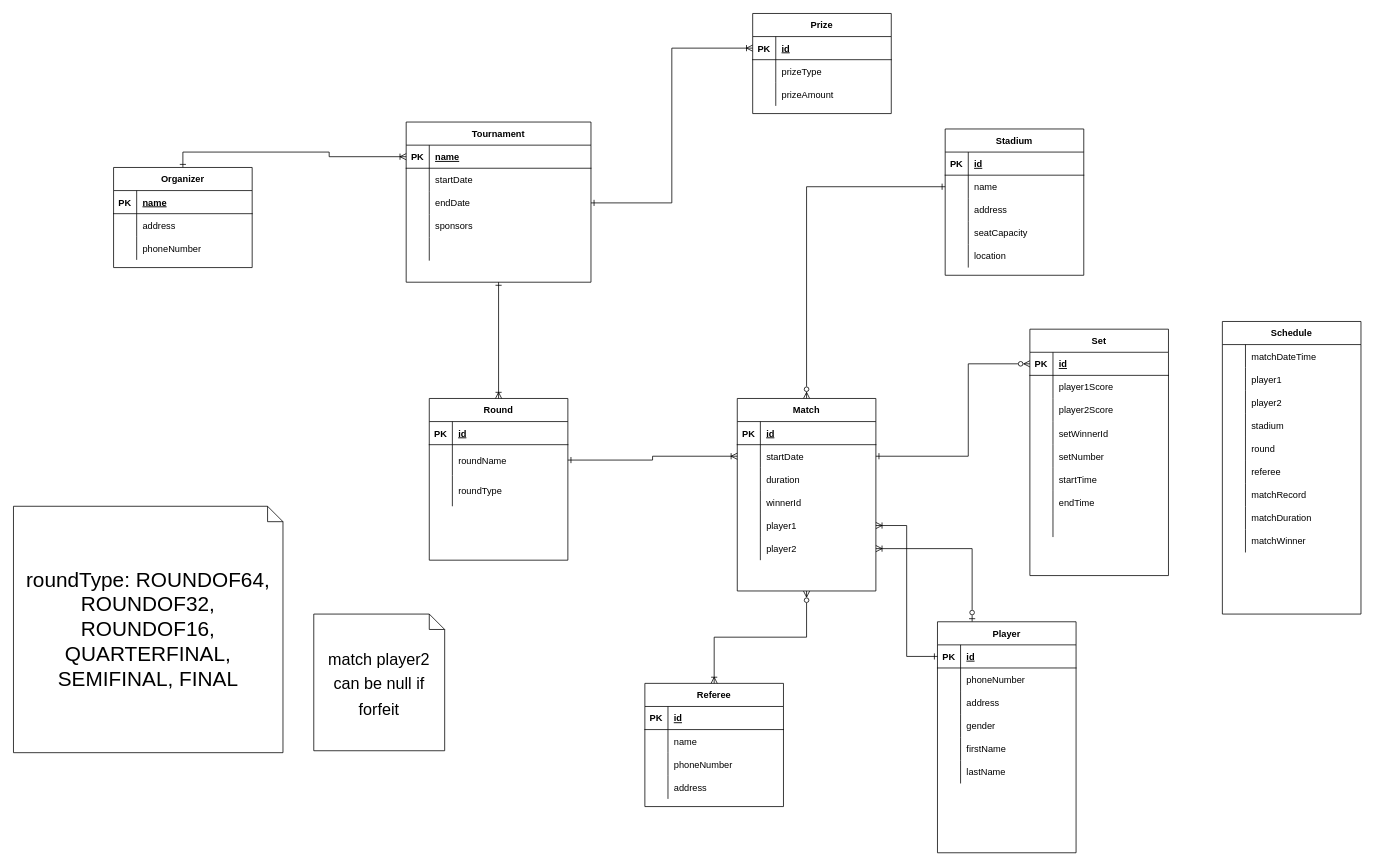
This is page "Page-1" (1 of 2) of SourceCode/Postgres/Query/ERD/Drawio/tennis.drawio from TongVu/Axon, a draw.io file, before an edit. Source tidied: cells renumbered, new cells numbered last; positions are measured from the earlier drawing's top-left corner, leaving out a move shared by most shapes. Both pictures are drawn from the tidied source at 77%, with x=0, y=0 at pixel (13, 13).
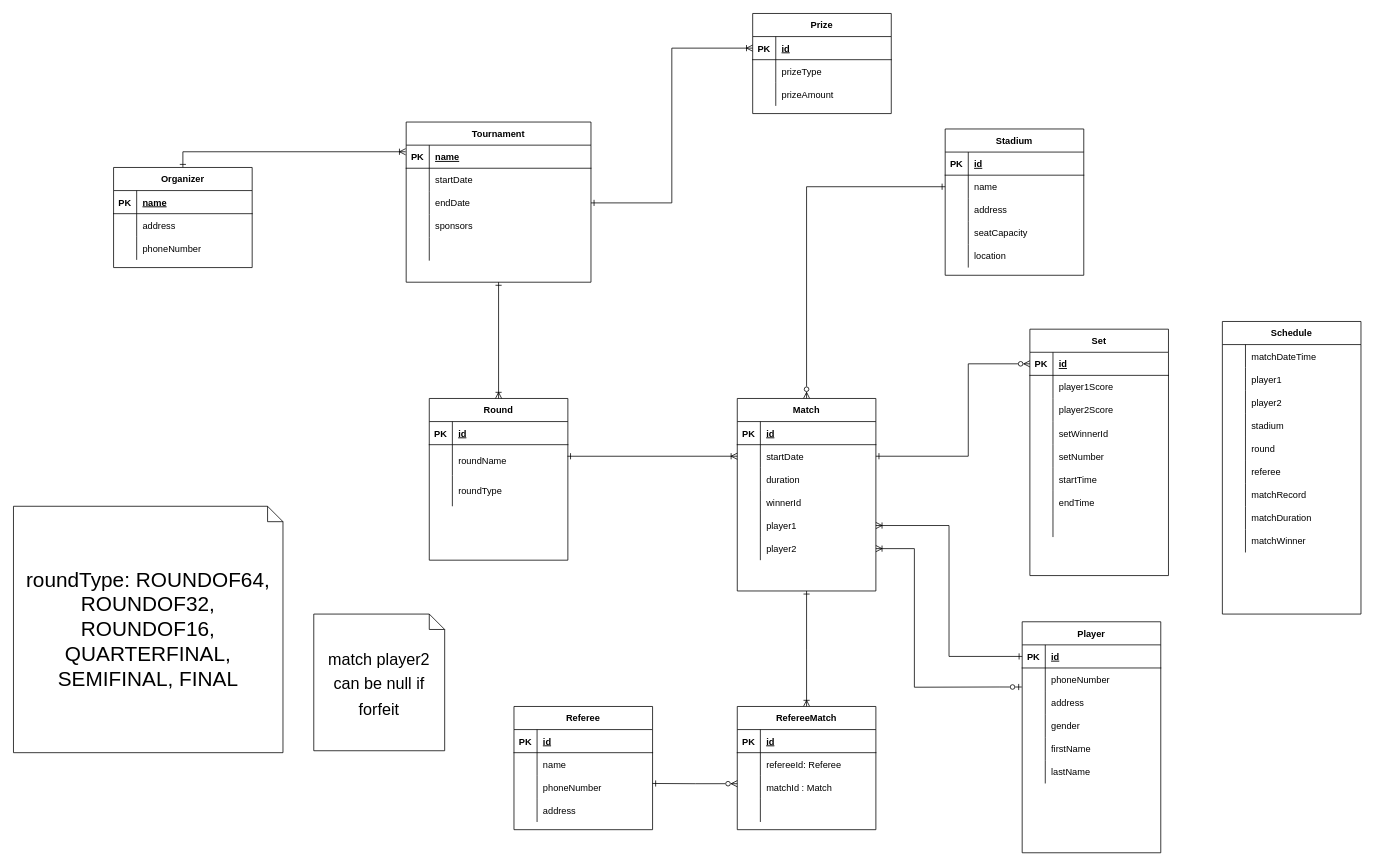
The same diagram, later.

Unchanged cells that the change refers to:
```xml
<mxCell id="3" style="shape=tableRow;horizontal=0;startSize=0;swimlaneHead=0;swimlaneBody=0;fillColor=none;points=[[0,0.5],[1,0.5]];portConstraint=eastwest;top=0;left=0;right=0;bottom=1;" parent="2" vertex="1">
  <mxGeometry y="30" width="240" height="30" as="geometry" />
</mxCell>
<mxCell id="23" style="shape=tableRow;horizontal=0;startSize=0;swimlaneHead=0;swimlaneBody=0;fillColor=none;points=[[0,0.5],[1,0.5]];portConstraint=eastwest;top=0;left=0;right=0;bottom=0;" parent="19" vertex="1">
  <mxGeometry y="60" width="180" height="30" as="geometry" />
</mxCell>
<mxCell id="97" value="Match" style="shape=table;startSize=30;childLayout=tableLayout;rowLines=0;fontStyle=1;align=center;" parent="1" vertex="1">
  <mxGeometry x="940" y="500" width="180" height="250" as="geometry" />
</mxCell>
<mxCell id="101" style="shape=tableRow;horizontal=0;startSize=0;swimlaneHead=0;swimlaneBody=0;fillColor=none;points=[[0,0.5],[1,0.5]];portConstraint=eastwest;top=0;left=0;right=0;bottom=0;" parent="97" vertex="1">
  <mxGeometry y="60" width="180" height="30" as="geometry" />
</mxCell>
<mxCell id="113" style="shape=tableRow;horizontal=0;startSize=0;swimlaneHead=0;swimlaneBody=0;fillColor=none;points=[[0,0.5],[1,0.5]];portConstraint=eastwest;top=0;left=0;right=0;bottom=0;" parent="97" vertex="1">
  <mxGeometry y="180" width="180" height="30" as="geometry" />
</mxCell>
<mxCell id="130" style="shape=tableRow;horizontal=0;startSize=0;swimlaneHead=0;swimlaneBody=0;fillColor=none;points=[[0,0.5],[1,0.5]];portConstraint=eastwest;top=0;left=0;right=0;bottom=0;" parent="126" vertex="1">
  <mxGeometry y="60" width="180" height="40" as="geometry" />
</mxCell>
<mxCell id="137" value="Organizer" style="shape=table;startSize=30;childLayout=tableLayout;rowLines=0;fontStyle=1;align=center;" parent="1" vertex="1">
  <mxGeometry x="130" y="200" width="180" height="130" as="geometry" />
</mxCell>
```

The edit, as a diff of the source:
```diff
@@
-    <mxCell id="18" style="edgeStyle=orthogonalEdgeStyle;rounded=0;jettySize=auto;html=1;entryX=1;entryY=0.5;entryDx=0;entryDy=0;startArrow=ERzeroToOne;startFill=0;endArrow=ERoneToMany;endFill=0;exitX=0.25;exitY=0;exitDx=0;exitDy=0;" parent="1" edge="1" source="19" target="113">
-      <mxGeometry relative="1" as="geometry" />
+    <mxCell id="18" style="edgeStyle=orthogonalEdgeStyle;rounded=0;jettySize=auto;html=1;entryX=1;entryY=0.5;entryDx=0;entryDy=0;startArrow=ERzeroToOne;startFill=0;endArrow=ERoneToMany;endFill=0;exitX=-0.003;exitY=0.824;exitDx=0;exitDy=0;exitPerimeter=0;" parent="1" edge="1" source="23" target="113">
+      <mxGeometry relative="1" as="geometry">
+        <Array as="points">
+          <mxPoint x="1280" y="875" />
+          <mxPoint x="1170" y="875" />
+          <mxPoint x="1170" y="695" />
+        </Array>
+      </mxGeometry>
     </mxCell>
     <mxCell id="19" value="Player" style="shape=table;startSize=30;childLayout=tableLayout;rowLines=0;fontStyle=1;align=center;" parent="1" vertex="1">
-      <mxGeometry x="1200" y="790" width="180" height="300" as="geometry" />
+      <mxGeometry x="1310" y="790" width="180" height="300" as="geometry" />
     </mxCell>
@@
     <mxCell id="54" value="Referee" style="shape=table;startSize=30;childLayout=tableLayout;rowLines=0;fontStyle=1;align=center;" parent="1" vertex="1">
-      <mxGeometry x="820" y="870" width="180" height="160" as="geometry" />
+      <mxGeometry x="650" y="900" width="180" height="160" as="geometry" />
     </mxCell>
@@
-    <mxCell id="96" style="edgeStyle=orthogonalEdgeStyle;rounded=0;jettySize=auto;html=1;exitX=0.5;exitY=1;exitDx=0;exitDy=0;startArrow=ERzeroToMany;startFill=0;endArrow=ERoneToMany;endFill=0;" parent="1" edge="1" source="97" target="54">
-      <mxGeometry relative="1" as="geometry" />
-    </mxCell>
@@
-    <mxCell id="136" style="edgeStyle=orthogonalEdgeStyle;rounded=0;jettySize=auto;html=1;exitX=0.5;exitY=0;exitDx=0;exitDy=0;entryX=0;entryY=0.5;entryDx=0;entryDy=0;endArrow=ERoneToMany;endFill=0;startArrow=ERone;startFill=0;" parent="1" edge="1" source="137" target="3">
-      <mxGeometry relative="1" as="geometry" />
+    <mxCell id="136" style="edgeStyle=orthogonalEdgeStyle;rounded=0;jettySize=auto;html=1;exitX=0.5;exitY=0;exitDx=0;exitDy=0;entryX=-0.003;entryY=0.286;entryDx=0;entryDy=0;endArrow=ERoneToMany;endFill=0;startArrow=ERone;startFill=0;entryPerimeter=0;" parent="1" edge="1" source="137" target="3">
+      <mxGeometry relative="1" as="geometry">
+        <Array as="points">
+          <mxPoint x="220" y="180" />
+          <mxPoint x="509" y="180" />
+        </Array>
+      </mxGeometry>
     </mxCell>
@@
-    <mxCell id="149" style="edgeStyle=orthogonalEdgeStyle;rounded=0;jettySize=auto;html=1;exitX=1;exitY=0.5;exitDx=0;exitDy=0;entryX=0;entryY=0.5;entryDx=0;entryDy=0;startArrow=ERone;startFill=0;endArrow=ERoneToMany;endFill=0;" parent="1" edge="1" source="130" target="101">
+    <mxCell id="149" style="edgeStyle=orthogonalEdgeStyle;rounded=0;jettySize=auto;html=1;exitX=0.997;exitY=0.376;exitDx=0;exitDy=0;entryX=0;entryY=0.5;entryDx=0;entryDy=0;startArrow=ERone;startFill=0;endArrow=ERoneToMany;endFill=0;exitPerimeter=0;" parent="1" edge="1" source="130" target="101">
       <mxGeometry relative="1" as="geometry" />
     </mxCell>
@@
+    <mxCell id="179" style="edgeStyle=orthogonalEdgeStyle;rounded=0;jettySize=auto;html=1;exitX=0.5;exitY=0;exitDx=0;exitDy=0;startArrow=ERoneToMany;startFill=0;endArrow=ERone;endFill=0;" parent="1" edge="1" source="180">
+      <mxGeometry relative="1" as="geometry">
+        <mxPoint x="1030" y="750" as="targetPoint" />
+      </mxGeometry>
+    </mxCell>
+    <mxCell id="180" value="RefereeMatch" style="shape=table;startSize=30;childLayout=tableLayout;rowLines=0;fontStyle=1;align=center;" parent="1" vertex="1">
+      <mxGeometry x="940" y="900" width="180" height="160" as="geometry" />
+    </mxCell>
+    <mxCell id="181" style="shape=tableRow;horizontal=0;startSize=0;swimlaneHead=0;swimlaneBody=0;fillColor=none;top=0;left=0;right=0;bottom=1;" parent="180" vertex="1">
+      <mxGeometry y="30" width="180" height="30" as="geometry" />
+    </mxCell>
+    <mxCell id="182" value="PK" style="shape=partialRectangle;fillColor=none;top=0;left=0;bottom=0;right=0;fontStyle=1;overflow=hidden;" parent="181" vertex="1">
+      <mxGeometry width="30" height="30" as="geometry" />
+    </mxCell>
+    <mxCell id="183" value="id" style="shape=partialRectangle;fillColor=none;top=0;left=0;bottom=0;right=0;align=left;spacingLeft=6;fontStyle=5;overflow=hidden;" parent="181" vertex="1">
+      <mxGeometry x="30" width="150" height="30" as="geometry" />
+    </mxCell>
+    <mxCell id="184" style="shape=tableRow;horizontal=0;startSize=0;swimlaneHead=0;swimlaneBody=0;fillColor=none;top=0;left=0;right=0;bottom=0;" parent="180" vertex="1">
+      <mxGeometry y="60" width="180" height="30" as="geometry" />
+    </mxCell>
+    <mxCell id="185" style="shape=partialRectangle;fillColor=none;top=0;left=0;bottom=0;right=0;overflow=hidden;" parent="184" vertex="1">
+      <mxGeometry width="30" height="30" as="geometry" />
+    </mxCell>
+    <mxCell id="186" value="refereeId: Referee" style="shape=partialRectangle;fillColor=none;top=0;left=0;bottom=0;right=0;align=left;spacingLeft=6;overflow=hidden;" parent="184" vertex="1">
+      <mxGeometry x="30" width="150" height="30" as="geometry" />
+    </mxCell>
+    <mxCell id="187" style="shape=tableRow;horizontal=0;startSize=0;swimlaneHead=0;swimlaneBody=0;fillColor=none;points=[[0,0.5],[1,0.5]];portConstraint=eastwest;top=0;left=0;right=0;bottom=0;" parent="180" vertex="1">
+      <mxGeometry y="90" width="180" height="30" as="geometry" />
+    </mxCell>
+    <mxCell id="188" style="shape=partialRectangle;fillColor=none;top=0;left=0;bottom=0;right=0;overflow=hidden;" parent="187" vertex="1">
+      <mxGeometry width="30" height="30" as="geometry" />
+    </mxCell>
+    <mxCell id="189" value="matchId : Match" style="shape=partialRectangle;fillColor=none;top=0;left=0;bottom=0;right=0;align=left;spacingLeft=6;overflow=hidden;" parent="187" vertex="1">
+      <mxGeometry x="30" width="150" height="30" as="geometry" />
+    </mxCell>
+    <mxCell id="190" style="shape=tableRow;horizontal=0;startSize=0;swimlaneHead=0;swimlaneBody=0;fillColor=none;top=0;left=0;right=0;bottom=0;" parent="180" vertex="1">
+      <mxGeometry y="120" width="180" height="30" as="geometry" />
+    </mxCell>
+    <mxCell id="191" style="shape=partialRectangle;fillColor=none;top=0;left=0;bottom=0;right=0;overflow=hidden;" parent="190" vertex="1">
+      <mxGeometry width="30" height="30" as="geometry" />
+    </mxCell>
+    <mxCell id="192" style="shape=partialRectangle;fillColor=none;top=0;left=0;bottom=0;right=0;align=left;spacingLeft=6;overflow=hidden;" parent="190" vertex="1">
+      <mxGeometry x="30" width="150" height="30" as="geometry" />
+    </mxCell>
+    <mxCell id="193" style="edgeStyle=orthogonalEdgeStyle;rounded=0;jettySize=auto;html=1;exitX=0;exitY=0.343;exitDx=0;exitDy=0;startArrow=ERzeroToMany;startFill=0;endArrow=ERone;endFill=0;exitPerimeter=0;" parent="1" edge="1" source="187">
+      <mxGeometry relative="1" as="geometry">
+        <mxPoint x="830" y="1000" as="targetPoint" />
+      </mxGeometry>
+    </mxCell>
```
